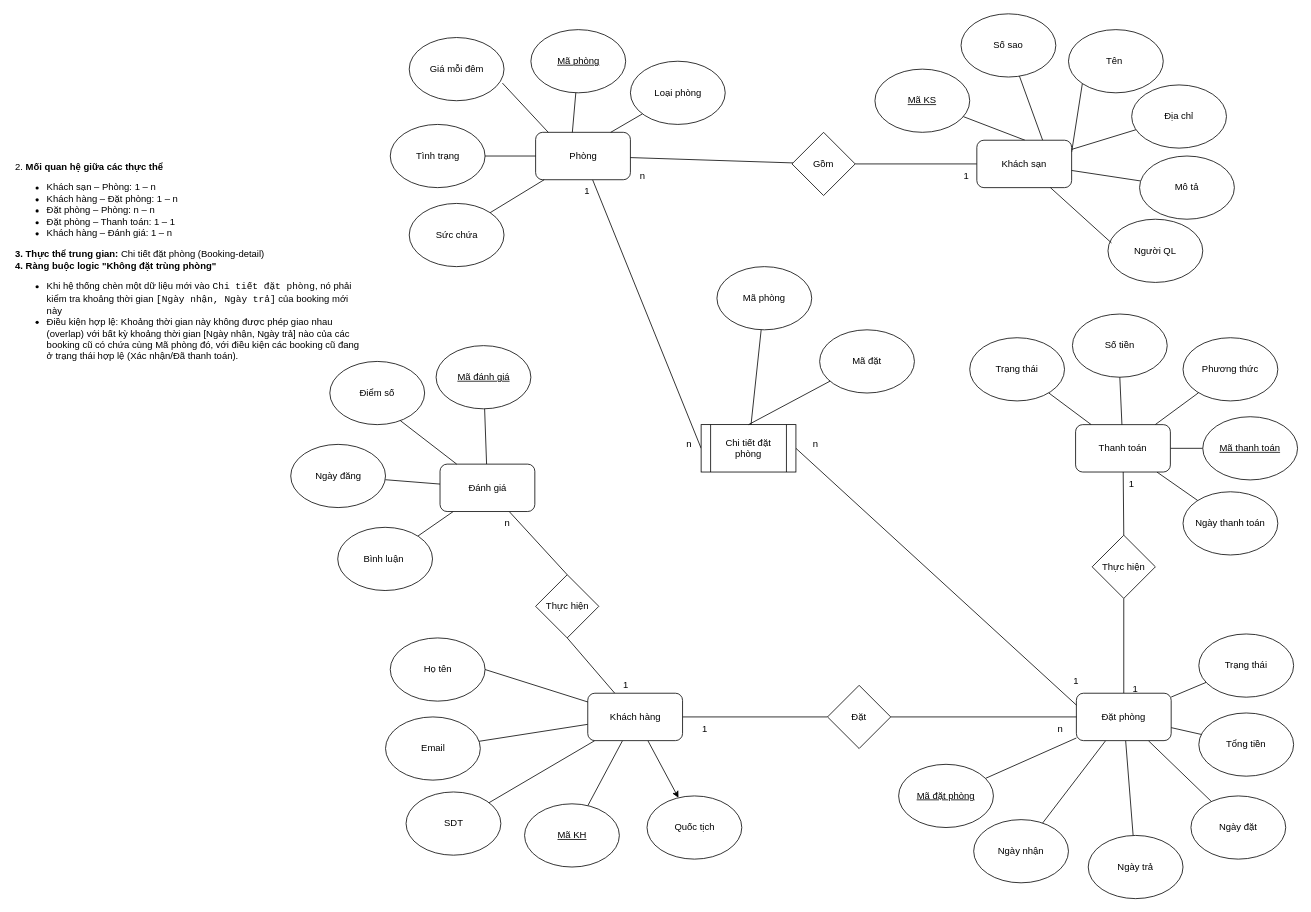
The draw.io diagram cau3.drawio in DuyTrung8403/session1-rikkei, before the edit. Source tidied: cells renumbered, new cells numbered last; positions are measured from the earlier drawing's top-left corner, leaving out a move shared by most shapes. Both pictures are drawn from the tidied source at 79%, with x=0, y=0 at pixel (13, 13).
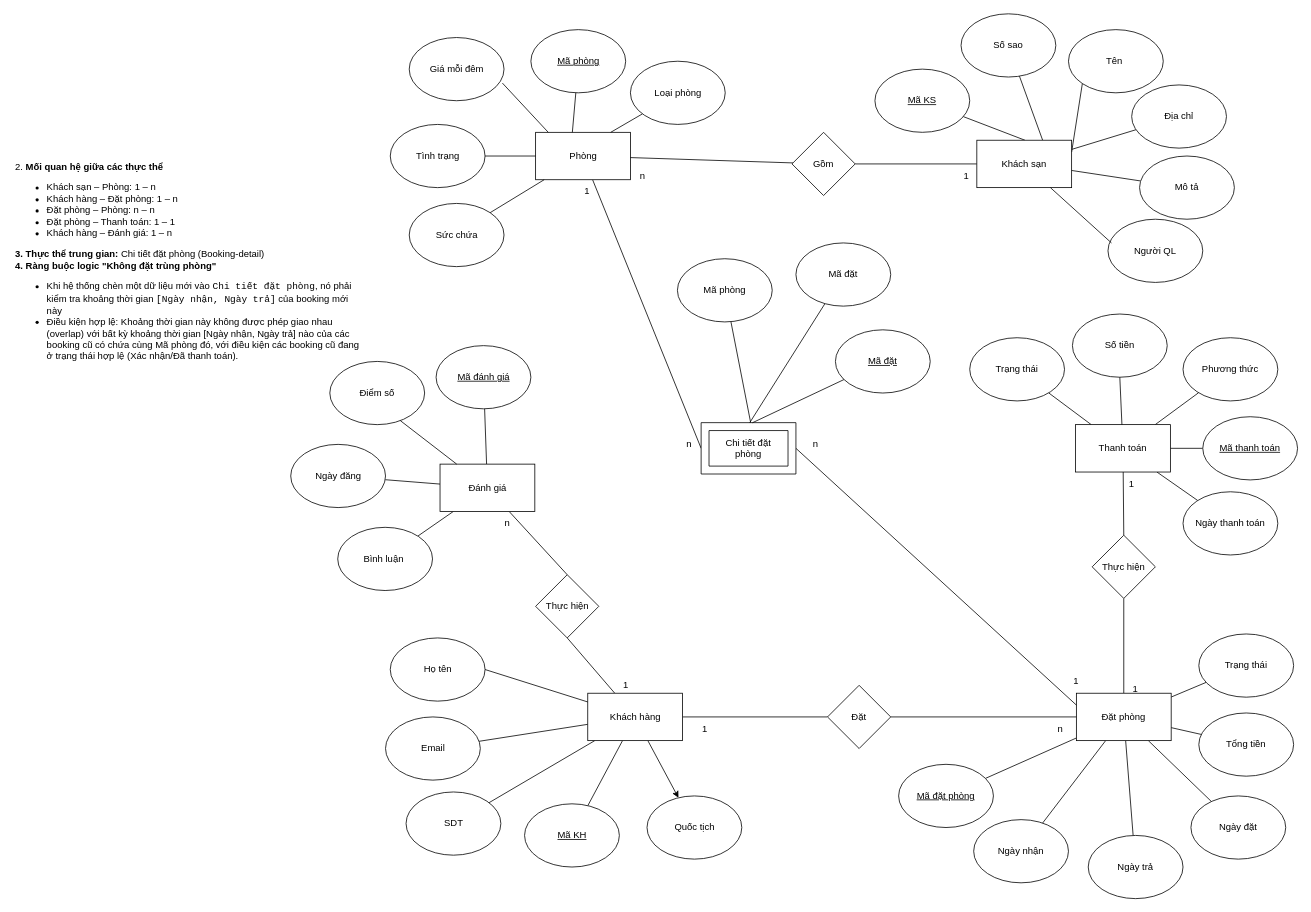
The same page after the edit.

The edit, as a diff of the source:
```diff
@@
-    <mxCell id="6" style="rounded=0;jettySize=auto;html=1;entryX=0;entryY=0.5;entryDx=0;entryDy=0;endArrow=none;endFill=0;" parent="1" edge="1" source="7" target="52">
-      <mxGeometry relative="1" as="geometry" />
+    <mxCell id="6" style="rounded=0;jettySize=auto;html=1;entryX=0;entryY=0.5;entryDx=0;entryDy=0;endArrow=none;endFill=0;" parent="1" edge="1" source="7">
+      <mxGeometry relative="1" as="geometry">
+        <mxPoint x="870" y="550" as="targetPoint" />
+      </mxGeometry>
     </mxCell>
-    <mxCell id="7" value="Phòng" style="rounded=1;whiteSpace=wrap;html=1;" parent="1" vertex="1">
+    <mxCell id="7" value="Phòng" style="rounded=0;whiteSpace=wrap;html=1;" parent="1" vertex="1">
       <mxGeometry x="660.5" y="150" width="120" height="60" as="geometry" />
     </mxCell>
@@
-    <mxCell id="20" value="Khách hàng" style="rounded=1;whiteSpace=wrap;html=1;" parent="1" vertex="1">
+    <mxCell id="20" value="Khách hàng" style="rounded=0;whiteSpace=wrap;html=1;strokeColor=default;align=center;verticalAlign=middle;fontFamily=Helvetica;fontSize=12;fontColor=default;fillColor=default;" parent="1" vertex="1">
       <mxGeometry x="726.5" y="860" width="120" height="60" as="geometry" />
     </mxCell>
@@
-    <mxCell id="30" value="Khách sạn" style="rounded=1;whiteSpace=wrap;html=1;" parent="1" vertex="1">
+    <mxCell id="30" value="Khách sạn" style="rounded=0;whiteSpace=wrap;html=1;strokeColor=default;align=center;verticalAlign=middle;fontFamily=Helvetica;fontSize=12;fontColor=default;fillColor=default;" parent="1" vertex="1">
       <mxGeometry x="1219" y="160" width="120" height="60" as="geometry" />
     </mxCell>
@@
-    <mxCell id="43" value="Đặt phòng" style="rounded=1;whiteSpace=wrap;html=1;" parent="1" vertex="1">
+    <mxCell id="43" value="Đặt phòng" style="rounded=0;whiteSpace=wrap;html=1;strokeColor=default;align=center;verticalAlign=middle;fontFamily=Helvetica;fontSize=12;fontColor=default;fillColor=default;" parent="1" vertex="1">
       <mxGeometry x="1345" y="860" width="120" height="60" as="geometry" />
     </mxCell>
@@
-    <mxCell id="48" style="rounded=0;jettySize=auto;html=1;entryX=0;entryY=0.25;entryDx=0;entryDy=0;endArrow=none;endFill=0;exitX=1;exitY=0.5;exitDx=0;exitDy=0;" parent="1" edge="1" source="52" target="43">
-      <mxGeometry relative="1" as="geometry" />
+    <mxCell id="48" style="rounded=0;jettySize=auto;html=1;entryX=0;entryY=0.25;entryDx=0;entryDy=0;endArrow=none;endFill=0;exitX=1;exitY=0.5;exitDx=0;exitDy=0;" parent="1" edge="1" target="43">
+      <mxGeometry relative="1" as="geometry">
+        <mxPoint x="990" y="550" as="sourcePoint" />
+      </mxGeometry>
     </mxCell>
@@
-    <mxCell id="52" value="Chi tiết đặt phòng" style="shape=process;whiteSpace=wrap;html=1;backgroundOutline=1;" parent="1" vertex="1">
-      <mxGeometry x="870" y="520" width="120" height="60" as="geometry" />
-    </mxCell>
@@
-    <mxCell id="55" style="rounded=0;jettySize=auto;html=1;endArrow=none;endFill=0;" parent="1" edge="1" source="56" target="52">
-      <mxGeometry relative="1" as="geometry" />
+    <mxCell id="55" style="rounded=0;jettySize=auto;html=1;endArrow=none;endFill=0;" parent="1" edge="1" source="56">
+      <mxGeometry relative="1" as="geometry">
+        <mxPoint x="933.2" y="520" as="targetPoint" />
+      </mxGeometry>
     </mxCell>
     <mxCell id="56" value="Mã phòng" style="ellipse;whiteSpace=wrap;html=1;" parent="1" vertex="1">
-      <mxGeometry x="890" y="320" width="120" height="80" as="geometry" />
+      <mxGeometry x="840" y="310" width="120" height="80" as="geometry" />
     </mxCell>
-    <mxCell id="57" style="rounded=0;jettySize=auto;html=1;entryX=0.5;entryY=0;entryDx=0;entryDy=0;endArrow=none;endFill=0;" parent="1" edge="1" source="58" target="52">
-      <mxGeometry relative="1" as="geometry" />
+    <mxCell id="57" style="rounded=0;jettySize=auto;html=1;entryX=0.5;entryY=0;entryDx=0;entryDy=0;endArrow=none;endFill=0;" parent="1" edge="1" source="58">
+      <mxGeometry relative="1" as="geometry">
+        <mxPoint x="930" y="520" as="targetPoint" />
+      </mxGeometry>
     </mxCell>
     <mxCell id="58" value="Mã đặt" style="ellipse;whiteSpace=wrap;html=1;" parent="1" vertex="1">
-      <mxGeometry x="1020" y="400" width="120" height="80" as="geometry" />
+      <mxGeometry x="990" y="290" width="120" height="80" as="geometry" />
     </mxCell>
@@
-    <mxCell id="72" value="Thanh toán" style="rounded=1;whiteSpace=wrap;html=1;" parent="1" vertex="1">
+    <mxCell id="72" value="Thanh toán" style="rounded=0;whiteSpace=wrap;html=1;strokeColor=default;align=center;verticalAlign=middle;fontFamily=Helvetica;fontSize=12;fontColor=default;fillColor=default;" parent="1" vertex="1">
       <mxGeometry x="1344" y="520" width="120" height="60" as="geometry" />
     </mxCell>
@@
-    <mxCell id="87" value="Đánh giá" style="rounded=1;whiteSpace=wrap;html=1;" parent="1" vertex="1">
+    <mxCell id="87" value="Đánh giá" style="rounded=0;whiteSpace=wrap;html=1;strokeColor=default;align=center;verticalAlign=middle;fontFamily=Helvetica;fontSize=12;fontColor=default;fillColor=default;" parent="1" vertex="1">
       <mxGeometry x="539.5" y="570" width="120" height="60" as="geometry" />
     </mxCell>
@@
+    <mxCell id="102" style="verticalLabelPosition=bottom;verticalAlign=top;html=1;shape=mxgraph.basic.frame;dx=10;whiteSpace=wrap;" parent="1" vertex="1">
+      <mxGeometry x="870" y="517.5" width="120" height="65" as="geometry" />
+    </mxCell>
+    <mxCell id="52" value="Chi tiết đặt phòng" style="text;html=1;whiteSpace=wrap;strokeColor=none;fillColor=none;align=center;verticalAlign=middle;rounded=0;" parent="1" vertex="1">
+      <mxGeometry x="900" y="535" width="60" height="30" as="geometry" />
+    </mxCell>
+    <mxCell id="103" value="Mã đặt" style="ellipse;whiteSpace=wrap;html=1;fontStyle=4;" parent="1" vertex="1">
+      <mxGeometry x="1040" y="400" width="120" height="80" as="geometry" />
+    </mxCell>
+    <mxCell id="104" style="rounded=0;jettySize=auto;html=1;entryX=0.541;entryY=0.002;entryDx=0;entryDy=0;entryPerimeter=0;endArrow=none;endFill=0;" parent="1" edge="1" source="103" target="102">
+      <mxGeometry relative="1" as="geometry" />
+    </mxCell>
```
